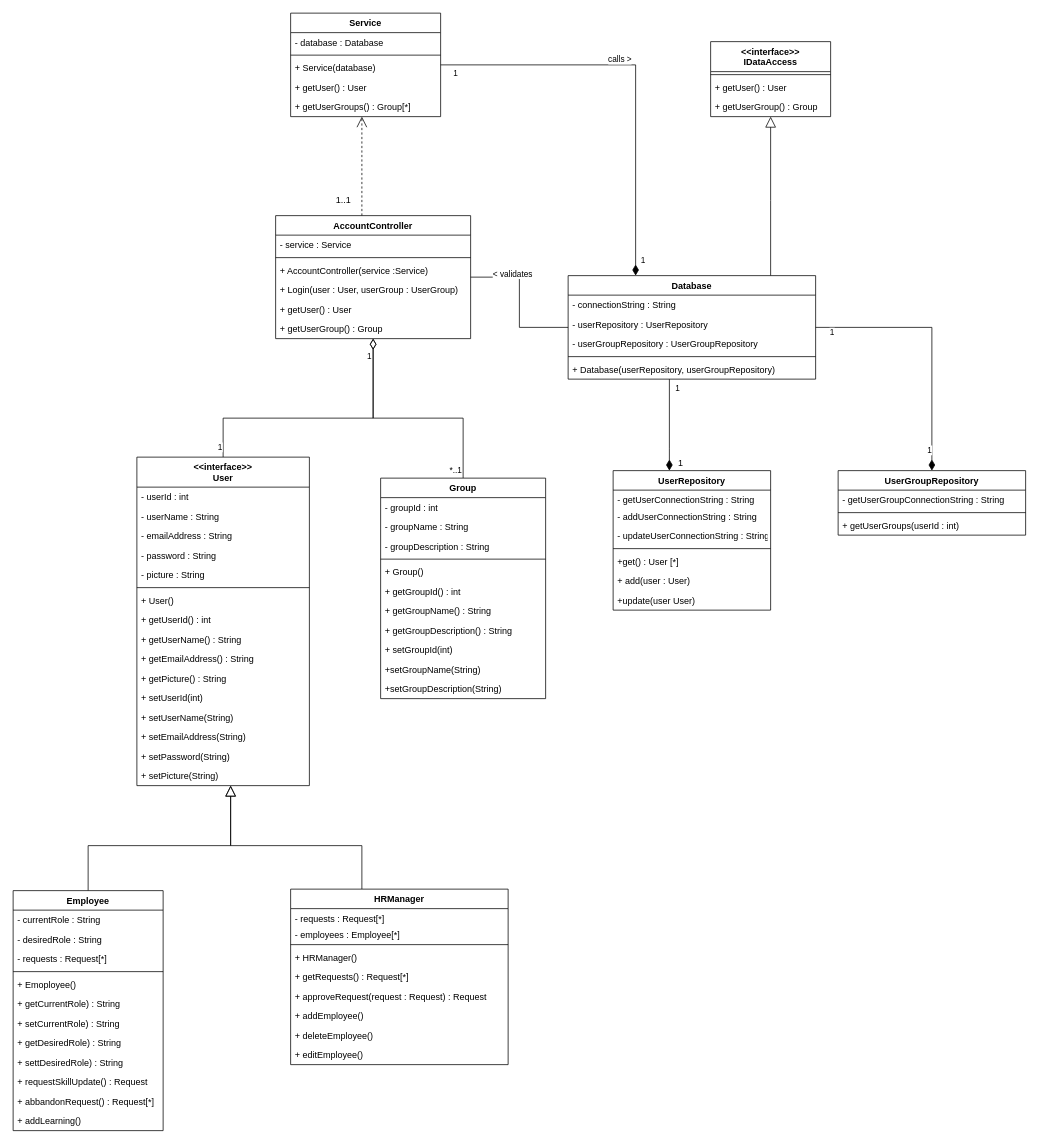
learningCurve89/WorkBasedPortfolios keeps this draw.io diagram as LoginClassDiagram.drawio. Above is the earlier version. Source tidied: cells renumbered, new cells numbered last; positions are measured from the earlier drawing's top-left corner, leaving out a move shared by most shapes. Both pictures are drawn from the tidied source at 75%, with x=0, y=0 at pixel (13, 13).
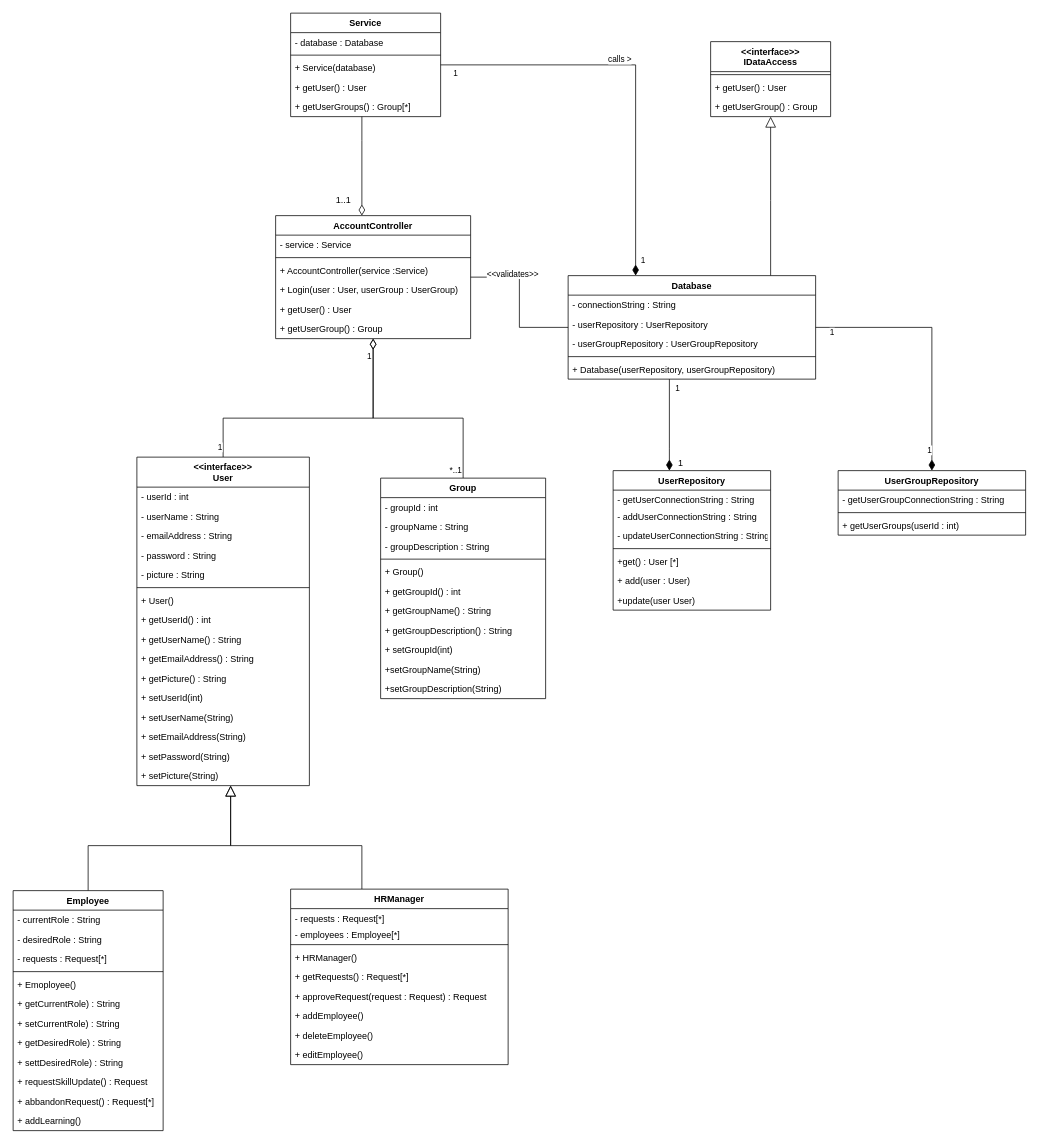
The same page after the edit.

Unchanged cells that the change refers to:
```xml
<mxCell id="47" value="AccountController" style="swimlane;fontStyle=1;align=center;verticalAlign=top;horizontal=1;startSize=26;" parent="1" vertex="1">
  <mxGeometry x="350" y="270" width="260" height="164" as="geometry" />
</mxCell>
<mxCell id="74" style="edgeStyle=orthogonalEdgeStyle;rounded=0;jettySize=auto;html=1;startArrow=none;startFill=0;startSize=12;endArrow=none;endFill=0;endSize=12;" parent="1" edge="1" source="76" target="47">
  <mxGeometry relative="1" as="geometry" />
</mxCell>
<mxCell id="86" value="Service" style="swimlane;fontStyle=1;align=center;verticalAlign=top;horizontal=1;startSize=26;" parent="1" vertex="1">
  <mxGeometry x="370" width="200" height="138" as="geometry" />
</mxCell>
```

The edit, as a diff of the source:
```diff
@@
-    <mxCell id="46" style="edgeStyle=orthogonalEdgeStyle;rounded=0;jettySize=auto;html=1;startArrow=none;startFill=0;startSize=12;endArrow=open;endFill=0;endSize=12;dashed=1;" parent="1" edge="1" source="47" target="86">
+    <mxCell id="46" style="edgeStyle=orthogonalEdgeStyle;rounded=0;jettySize=auto;html=1;startArrow=diamondThin;startFill=0;startSize=12;endArrow=none;endFill=0;endSize=12;" parent="1" edge="1" source="47" target="86">
       <mxGeometry relative="1" as="geometry">
         <Array as="points">
           <mxPoint x="465" y="170" />
           <mxPoint x="465" y="170" />
         </Array>
       </mxGeometry>
     </mxCell>
@@
-    <mxCell id="75" value="&amp;lt; validates" style="edgeLabel;html=1;align=center;verticalAlign=middle;" parent="74" vertex="1">
+    <mxCell id="75" value="&amp;lt;&amp;lt;validates&amp;gt;&amp;gt;" style="edgeLabel;html=1;align=center;verticalAlign=middle;" parent="74" vertex="1">
       <mxGeometry x="0.44" y="-5" relative="1" as="geometry" />
     </mxCell>
```
